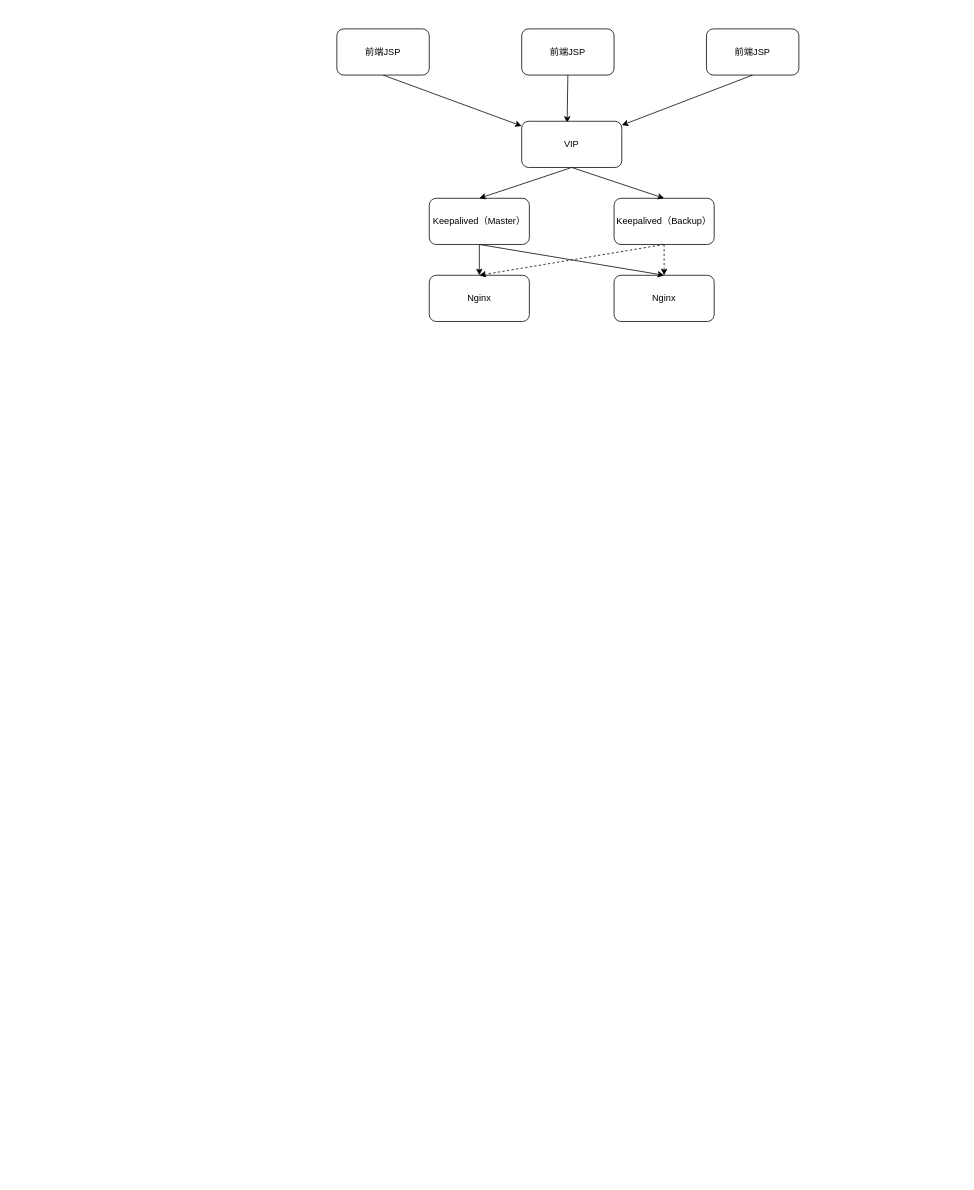
The draw.io diagram space/车票系统.drawio in lewinlee/draw.io, before the edit. Source tidied: cells renumbered, new cells numbered last; positions are measured from the earlier drawing's top-left corner, leaving out a move shared by most shapes. Both pictures are drawn from the tidied source at 77%, with x=0, y=0 at pixel (336, 28).
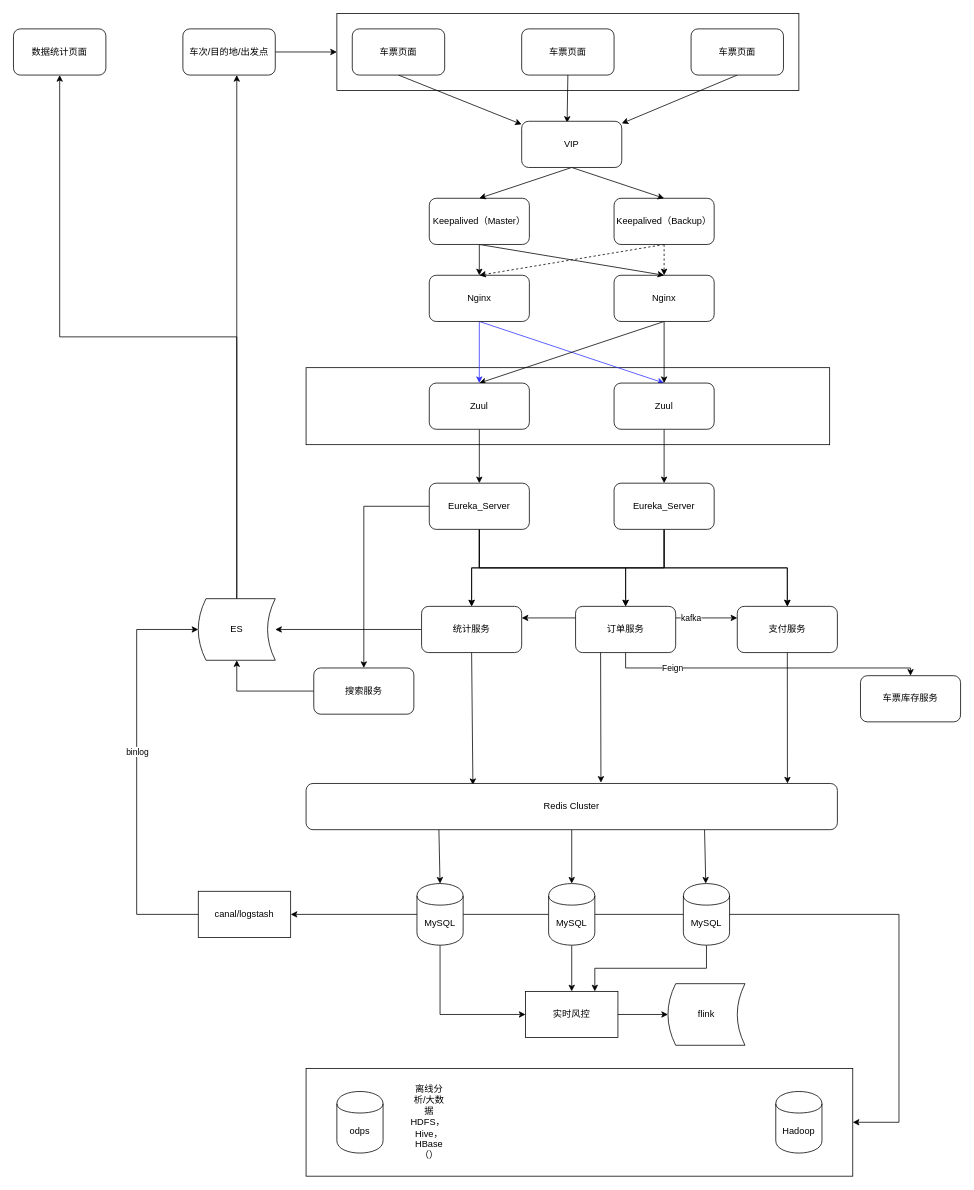
The same diagram, later.

Commit message (it also covers changes not shown here):
更新车票系统.drawio

The change refers to these unchanged cells:
```xml
<mxCell id="8" value="Nginx" style="rounded=1;whiteSpace=wrap;html=1;" parent="1" vertex="1">
  <mxGeometry x="120" y="320" width="130" height="60" as="geometry" />
</mxCell>
<mxCell id="9" value="Nginx" style="rounded=1;whiteSpace=wrap;html=1;" parent="1" vertex="1">
  <mxGeometry x="360" y="320" width="130" height="60" as="geometry" />
</mxCell>
```

Diff of the diagram source:
```diff
@@
+    <mxCell id="19" style="rounded=0;whiteSpace=wrap;html=1;" parent="1" vertex="1">
+      <mxGeometry y="-20" width="600" height="100" as="geometry" />
+    </mxCell>
+    <mxCell id="20" style="rounded=0;whiteSpace=wrap;html=1;" parent="1" vertex="1">
+      <mxGeometry x="-40" y="440" width="680" height="100" as="geometry" />
+    </mxCell>
@@
-    <mxCell id="3" value="前端JSP" style="rounded=1;whiteSpace=wrap;html=1;" parent="1" vertex="1">
-      <mxGeometry width="120" height="60" as="geometry" />
+    <mxCell id="3" value="车票页面" style="rounded=1;whiteSpace=wrap;html=1;" parent="1" vertex="1">
+      <mxGeometry x="20" width="120" height="60" as="geometry" />
     </mxCell>
@@
-    <mxCell id="5" value="前端JSP" style="rounded=1;whiteSpace=wrap;html=1;" parent="1" vertex="1">
+    <mxCell id="5" value="车票页面" style="rounded=1;whiteSpace=wrap;html=1;" parent="1" vertex="1">
       <mxGeometry x="240" width="120" height="60" as="geometry" />
     </mxCell>
@@
-    <mxCell id="7" value="前端JSP" style="rounded=1;whiteSpace=wrap;html=1;" parent="1" vertex="1">
-      <mxGeometry x="480" width="120" height="60" as="geometry" />
+    <mxCell id="7" value="车票页面" style="rounded=1;whiteSpace=wrap;html=1;" parent="1" vertex="1">
+      <mxGeometry x="460" width="120" height="60" as="geometry" />
     </mxCell>
+    <mxCell id="21" style="edgeStyle=none;rounded=0;jettySize=auto;html=1;exitX=0.5;exitY=1;exitDx=0;exitDy=0;entryX=0.5;entryY=0;entryDx=0;entryDy=0;strokeColor=#3333FF;" parent="1" edge="1" source="8" target="26">
+      <mxGeometry relative="1" as="geometry" />
+    </mxCell>
+    <mxCell id="22" style="edgeStyle=none;rounded=0;jettySize=auto;html=1;exitX=0.5;exitY=1;exitDx=0;exitDy=0;entryX=0.5;entryY=0;entryDx=0;entryDy=0;strokeColor=#3333FF;" parent="1" edge="1" source="8" target="28">
+      <mxGeometry relative="1" as="geometry" />
+    </mxCell>
@@
+    <mxCell id="23" style="edgeStyle=none;rounded=0;jettySize=auto;html=1;exitX=0.5;exitY=1;exitDx=0;exitDy=0;entryX=0.5;entryY=0;entryDx=0;entryDy=0;" parent="1" edge="1" source="9" target="26">
+      <mxGeometry relative="1" as="geometry" />
+    </mxCell>
+    <mxCell id="24" style="edgeStyle=none;rounded=0;jettySize=auto;html=1;exitX=0.5;exitY=1;exitDx=0;exitDy=0;entryX=0.5;entryY=0;entryDx=0;entryDy=0;" parent="1" edge="1" source="9" target="28">
+      <mxGeometry relative="1" as="geometry" />
+    </mxCell>
@@
+    <mxCell id="25" style="edgeStyle=none;rounded=0;jettySize=auto;html=1;exitX=0.5;exitY=1;exitDx=0;exitDy=0;entryX=0.5;entryY=0;entryDx=0;entryDy=0;strokeColor=#000000;" parent="1" edge="1" source="26" target="37">
+      <mxGeometry relative="1" as="geometry" />
+    </mxCell>
+    <mxCell id="26" value="Zuul" style="rounded=1;whiteSpace=wrap;html=1;" parent="1" vertex="1">
+      <mxGeometry x="360" y="460" width="130" height="60" as="geometry" />
+    </mxCell>
+    <mxCell id="27" style="edgeStyle=none;rounded=0;jettySize=auto;html=1;exitX=0.5;exitY=1;exitDx=0;exitDy=0;entryX=0.5;entryY=0;entryDx=0;entryDy=0;strokeColor=#000000;" parent="1" edge="1" source="28" target="33">
+      <mxGeometry relative="1" as="geometry" />
+    </mxCell>
+    <mxCell id="28" value="Zuul" style="rounded=1;whiteSpace=wrap;html=1;" parent="1" vertex="1">
+      <mxGeometry x="120" y="460" width="130" height="60" as="geometry" />
+    </mxCell>
+    <mxCell id="29" style="edgeStyle=orthogonalEdgeStyle;rounded=0;jettySize=auto;html=1;exitX=0.5;exitY=1;exitDx=0;exitDy=0;entryX=0.5;entryY=0;entryDx=0;entryDy=0;strokeColor=#000000;" parent="1" edge="1" source="33" target="50">
+      <mxGeometry relative="1" as="geometry" />
+    </mxCell>
+    <mxCell id="30" style="edgeStyle=orthogonalEdgeStyle;rounded=0;jettySize=auto;html=1;exitX=0.5;exitY=1;exitDx=0;exitDy=0;strokeColor=#000000;" parent="1" edge="1" source="33" target="44">
+      <mxGeometry relative="1" as="geometry" />
+    </mxCell>
+    <mxCell id="31" style="edgeStyle=orthogonalEdgeStyle;rounded=0;jettySize=auto;html=1;exitX=0.5;exitY=1;exitDx=0;exitDy=0;entryX=0.5;entryY=0;entryDx=0;entryDy=0;strokeColor=#000000;" parent="1" edge="1" source="33" target="47">
+      <mxGeometry relative="1" as="geometry" />
+    </mxCell>
+    <mxCell id="32" style="edgeStyle=orthogonalEdgeStyle;rounded=0;jettySize=auto;html=1;exitX=0;exitY=0.5;exitDx=0;exitDy=0;strokeColor=#000000;" parent="1" edge="1" source="33" target="69">
+      <mxGeometry relative="1" as="geometry" />
+    </mxCell>
+    <mxCell id="33" value="Eureka_Server" style="rounded=1;whiteSpace=wrap;html=1;" parent="1" vertex="1">
+      <mxGeometry x="120" y="590" width="130" height="60" as="geometry" />
+    </mxCell>
+    <mxCell id="34" style="edgeStyle=orthogonalEdgeStyle;rounded=0;jettySize=auto;html=1;exitX=0.5;exitY=1;exitDx=0;exitDy=0;entryX=0.5;entryY=0;entryDx=0;entryDy=0;strokeColor=#000000;" parent="1" edge="1" source="37" target="50">
+      <mxGeometry relative="1" as="geometry" />
+    </mxCell>
+    <mxCell id="35" style="edgeStyle=orthogonalEdgeStyle;rounded=0;jettySize=auto;html=1;exitX=0.5;exitY=1;exitDx=0;exitDy=0;entryX=0.5;entryY=0;entryDx=0;entryDy=0;strokeColor=#000000;" parent="1" edge="1" source="37" target="44">
+      <mxGeometry relative="1" as="geometry" />
+    </mxCell>
+    <mxCell id="36" style="edgeStyle=orthogonalEdgeStyle;rounded=0;jettySize=auto;html=1;exitX=0.5;exitY=1;exitDx=0;exitDy=0;entryX=0.5;entryY=0;entryDx=0;entryDy=0;strokeColor=#000000;" parent="1" edge="1" source="37" target="47">
+      <mxGeometry relative="1" as="geometry" />
+    </mxCell>
+    <mxCell id="37" value="Eureka_Server" style="rounded=1;whiteSpace=wrap;html=1;" parent="1" vertex="1">
+      <mxGeometry x="360" y="590" width="130" height="60" as="geometry" />
+    </mxCell>
+    <mxCell id="38" style="edgeStyle=none;rounded=0;jettySize=auto;html=1;exitX=1;exitY=0.25;exitDx=0;exitDy=0;entryX=0;entryY=0.25;entryDx=0;entryDy=0;strokeColor=#000000;" parent="1" edge="1" source="44" target="47">
+      <mxGeometry relative="1" as="geometry" />
+    </mxCell>
+    <mxCell id="39" value="kafka" style="edgeLabel;html=1;align=center;verticalAlign=middle;" parent="38" vertex="1">
+      <mxGeometry x="-0.53" y="1" relative="1" as="geometry" />
+    </mxCell>
+    <mxCell id="40" style="edgeStyle=orthogonalEdgeStyle;rounded=0;jettySize=auto;html=1;exitX=0.5;exitY=1;exitDx=0;exitDy=0;entryX=0.5;entryY=0;entryDx=0;entryDy=0;strokeColor=#000000;" parent="1" edge="1" source="44" target="45">
+      <mxGeometry relative="1" as="geometry">
+        <Array as="points">
+          <mxPoint x="375" y="830" />
+          <mxPoint x="745" y="830" />
+        </Array>
+      </mxGeometry>
+    </mxCell>
+    <mxCell id="41" value="Feign" style="edgeLabel;html=1;align=center;verticalAlign=middle;" parent="40" vertex="1">
+      <mxGeometry x="-0.6" y="1" relative="1" as="geometry" />
+    </mxCell>
+    <mxCell id="42" style="edgeStyle=none;rounded=0;jettySize=auto;html=1;exitX=0;exitY=0.25;exitDx=0;exitDy=0;entryX=1;entryY=0.25;entryDx=0;entryDy=0;strokeColor=#000000;" parent="1" edge="1" source="44" target="50">
+      <mxGeometry relative="1" as="geometry" />
+    </mxCell>
+    <mxCell id="43" style="rounded=0;jettySize=auto;html=1;exitX=0.25;exitY=1;exitDx=0;exitDy=0;strokeColor=#000000;entryX=0.555;entryY=-0.017;entryDx=0;entryDy=0;entryPerimeter=0;" parent="1" edge="1" source="44" target="57">
+      <mxGeometry relative="1" as="geometry" />
+    </mxCell>
+    <mxCell id="44" value="订单服务" style="rounded=1;whiteSpace=wrap;html=1;" parent="1" vertex="1">
+      <mxGeometry x="310" y="750" width="130" height="60" as="geometry" />
+    </mxCell>
+    <mxCell id="45" value="车票库存服务" style="rounded=1;whiteSpace=wrap;html=1;" parent="1" vertex="1">
+      <mxGeometry x="680" y="840" width="130" height="60" as="geometry" />
+    </mxCell>
+    <mxCell id="46" style="edgeStyle=none;rounded=0;jettySize=auto;html=1;exitX=0.5;exitY=1;exitDx=0;exitDy=0;entryX=0.906;entryY=0;entryDx=0;entryDy=0;entryPerimeter=0;strokeColor=#000000;" parent="1" edge="1" source="47" target="57">
+      <mxGeometry relative="1" as="geometry" />
+    </mxCell>
+    <mxCell id="47" value="支付服务" style="rounded=1;whiteSpace=wrap;html=1;" parent="1" vertex="1">
+      <mxGeometry x="520" y="750" width="130" height="60" as="geometry" />
+    </mxCell>
+    <mxCell id="48" style="edgeStyle=none;rounded=0;jettySize=auto;html=1;exitX=0;exitY=0.5;exitDx=0;exitDy=0;entryX=1;entryY=0.5;entryDx=0;entryDy=0;strokeColor=#000000;" parent="1" edge="1" source="50" target="53">
+      <mxGeometry relative="1" as="geometry" />
+    </mxCell>
+    <mxCell id="49" style="edgeStyle=none;rounded=0;jettySize=auto;html=1;exitX=0.5;exitY=1;exitDx=0;exitDy=0;entryX=0.314;entryY=0.033;entryDx=0;entryDy=0;entryPerimeter=0;strokeColor=#000000;" parent="1" edge="1" source="50" target="57">
+      <mxGeometry relative="1" as="geometry" />
+    </mxCell>
+    <mxCell id="50" value="统计服务" style="rounded=1;whiteSpace=wrap;html=1;" parent="1" vertex="1">
+      <mxGeometry x="110" y="750" width="130" height="60" as="geometry" />
+    </mxCell>
+    <mxCell id="51" style="edgeStyle=orthogonalEdgeStyle;rounded=0;jettySize=auto;html=1;exitX=0.5;exitY=0;exitDx=0;exitDy=0;startArrow=none;startFill=0;endArrow=classic;endFill=1;strokeColor=#000000;" parent="1" edge="1" source="53" target="74">
+      <mxGeometry relative="1" as="geometry">
+        <Array as="points">
+          <mxPoint x="-130" y="330" />
+          <mxPoint x="-130" y="330" />
+        </Array>
+      </mxGeometry>
+    </mxCell>
+    <mxCell id="52" style="edgeStyle=orthogonalEdgeStyle;rounded=0;jettySize=auto;html=1;exitX=0.5;exitY=0;exitDx=0;exitDy=0;entryX=0.5;entryY=1;entryDx=0;entryDy=0;startArrow=none;startFill=0;endArrow=classic;endFill=1;strokeColor=#000000;" parent="1" edge="1" source="53" target="75">
+      <mxGeometry relative="1" as="geometry" />
+    </mxCell>
+    <mxCell id="53" value="ES" style="shape=dataStorage;whiteSpace=wrap;html=1;" parent="1" vertex="1">
+      <mxGeometry x="-180" y="740" width="100" height="80" as="geometry" />
+    </mxCell>
+    <mxCell id="54" style="edgeStyle=none;rounded=0;jettySize=auto;html=1;exitX=0.25;exitY=1;exitDx=0;exitDy=0;entryX=0.5;entryY=0;entryDx=0;entryDy=0;strokeColor=#000000;" parent="1" edge="1" source="57" target="61">
+      <mxGeometry relative="1" as="geometry" />
+    </mxCell>
+    <mxCell id="55" style="edgeStyle=none;rounded=0;jettySize=auto;html=1;exitX=0.5;exitY=1;exitDx=0;exitDy=0;entryX=0.5;entryY=0;entryDx=0;entryDy=0;strokeColor=#000000;" parent="1" edge="1" source="57" target="64">
+      <mxGeometry relative="1" as="geometry" />
+    </mxCell>
+    <mxCell id="56" style="edgeStyle=none;rounded=0;jettySize=auto;html=1;exitX=0.75;exitY=1;exitDx=0;exitDy=0;strokeColor=#000000;" parent="1" edge="1" source="57" target="67">
+      <mxGeometry relative="1" as="geometry" />
+    </mxCell>
+    <mxCell id="57" value="Redis Cluster" style="rounded=1;whiteSpace=wrap;html=1;" parent="1" vertex="1">
+      <mxGeometry x="-40" y="980" width="690" height="60" as="geometry" />
+    </mxCell>
+    <mxCell id="58" style="edgeStyle=orthogonalEdgeStyle;rounded=0;jettySize=auto;html=1;exitX=1;exitY=0.5;exitDx=0;exitDy=0;strokeColor=#000000;endArrow=none;endFill=0;" parent="1" edge="1" source="61" target="64">
+      <mxGeometry relative="1" as="geometry" />
+    </mxCell>
+    <mxCell id="59" style="edgeStyle=orthogonalEdgeStyle;rounded=0;jettySize=auto;html=1;exitX=0;exitY=0.5;exitDx=0;exitDy=0;entryX=1;entryY=0.5;entryDx=0;entryDy=0;endArrow=classic;endFill=1;strokeColor=#000000;startArrow=none;startFill=0;" parent="1" edge="1" source="61" target="72">
+      <mxGeometry relative="1" as="geometry" />
+    </mxCell>
+    <mxCell id="60" style="edgeStyle=orthogonalEdgeStyle;rounded=0;jettySize=auto;html=1;exitX=0.5;exitY=1;exitDx=0;exitDy=0;entryX=0;entryY=0.5;entryDx=0;entryDy=0;startArrow=none;startFill=0;endArrow=classic;endFill=1;strokeColor=#000000;" parent="1" edge="1" source="61" target="77">
+      <mxGeometry relative="1" as="geometry" />
+    </mxCell>
+    <mxCell id="61" value="MySQL" style="shape=cylinder;whiteSpace=wrap;html=1;boundedLbl=1;backgroundOutline=1;" parent="1" vertex="1">
+      <mxGeometry x="104" y="1110" width="60" height="80" as="geometry" />
+    </mxCell>
+    <mxCell id="62" style="edgeStyle=orthogonalEdgeStyle;rounded=0;jettySize=auto;html=1;exitX=1;exitY=0.5;exitDx=0;exitDy=0;strokeColor=#000000;endArrow=none;endFill=0;" parent="1" edge="1" source="64" target="67">
+      <mxGeometry relative="1" as="geometry" />
+    </mxCell>
+    <mxCell id="63" style="edgeStyle=orthogonalEdgeStyle;rounded=0;jettySize=auto;html=1;exitX=0.5;exitY=1;exitDx=0;exitDy=0;startArrow=none;startFill=0;endArrow=classic;endFill=1;strokeColor=#000000;" parent="1" edge="1" source="64" target="77">
+      <mxGeometry relative="1" as="geometry" />
+    </mxCell>
+    <mxCell id="64" value="MySQL" style="shape=cylinder;whiteSpace=wrap;html=1;boundedLbl=1;backgroundOutline=1;" parent="1" vertex="1">
+      <mxGeometry x="275" y="1110" width="60" height="80" as="geometry" />
+    </mxCell>
+    <mxCell id="65" style="edgeStyle=orthogonalEdgeStyle;rounded=0;jettySize=auto;html=1;exitX=0.5;exitY=1;exitDx=0;exitDy=0;entryX=0.75;entryY=0;entryDx=0;entryDy=0;startArrow=none;startFill=0;endArrow=classic;endFill=1;strokeColor=#000000;" parent="1" edge="1" source="67" target="77">
+      <mxGeometry relative="1" as="geometry" />
+    </mxCell>
+    <mxCell id="66" style="edgeStyle=orthogonalEdgeStyle;rounded=0;jettySize=auto;html=1;exitX=1;exitY=0.5;exitDx=0;exitDy=0;entryX=1;entryY=0.5;entryDx=0;entryDy=0;startArrow=none;startFill=0;endArrow=classic;endFill=1;strokeColor=#000000;" parent="1" edge="1" source="67" target="79">
+      <mxGeometry relative="1" as="geometry">
+        <Array as="points">
+          <mxPoint x="730" y="1150" />
+          <mxPoint x="730" y="1420" />
+        </Array>
+      </mxGeometry>
+    </mxCell>
+    <mxCell id="67" value="MySQL" style="shape=cylinder;whiteSpace=wrap;html=1;boundedLbl=1;backgroundOutline=1;" parent="1" vertex="1">
+      <mxGeometry x="450" y="1110" width="60" height="80" as="geometry" />
+    </mxCell>
+    <mxCell id="68" style="edgeStyle=orthogonalEdgeStyle;rounded=0;jettySize=auto;html=1;exitX=0;exitY=0.5;exitDx=0;exitDy=0;entryX=0.5;entryY=1;entryDx=0;entryDy=0;strokeColor=#000000;" parent="1" edge="1" source="69" target="53">
+      <mxGeometry relative="1" as="geometry" />
+    </mxCell>
+    <mxCell id="69" value="搜索服务" style="rounded=1;whiteSpace=wrap;html=1;" parent="1" vertex="1">
+      <mxGeometry x="-30" y="830" width="130" height="60" as="geometry" />
+    </mxCell>
+    <mxCell id="70" style="edgeStyle=orthogonalEdgeStyle;rounded=0;jettySize=auto;html=1;exitX=0;exitY=0.5;exitDx=0;exitDy=0;entryX=0;entryY=0.5;entryDx=0;entryDy=0;startArrow=none;startFill=0;endArrow=classic;endFill=1;strokeColor=#000000;" parent="1" edge="1" source="72" target="53">
+      <mxGeometry relative="1" as="geometry">
+        <Array as="points">
+          <mxPoint x="-260" y="1150" />
+          <mxPoint x="-260" y="780" />
+        </Array>
+      </mxGeometry>
+    </mxCell>
+    <mxCell id="71" value="binlog" style="edgeLabel;html=1;align=center;verticalAlign=middle;" parent="70" vertex="1">
+      <mxGeometry x="0.1" relative="1" as="geometry" />
+    </mxCell>
+    <mxCell id="72" value="canal/logstash" style="rounded=0;whiteSpace=wrap;html=1;" parent="1" vertex="1">
+      <mxGeometry x="-180" y="1120" width="120" height="60" as="geometry" />
+    </mxCell>
+    <mxCell id="73" style="edgeStyle=orthogonalEdgeStyle;rounded=0;jettySize=auto;html=1;exitX=1;exitY=0.5;exitDx=0;exitDy=0;startArrow=none;startFill=0;endArrow=classic;endFill=1;strokeColor=#000000;" parent="1" edge="1" source="74" target="19">
+      <mxGeometry relative="1" as="geometry" />
+    </mxCell>
+    <mxCell id="74" value="车次/目的地/出发点" style="rounded=1;whiteSpace=wrap;html=1;" parent="1" vertex="1">
+      <mxGeometry x="-200" width="120" height="60" as="geometry" />
+    </mxCell>
+    <mxCell id="75" value="数据统计页面" style="rounded=1;whiteSpace=wrap;html=1;" parent="1" vertex="1">
+      <mxGeometry x="-420" width="120" height="60" as="geometry" />
+    </mxCell>
+    <mxCell id="76" style="edgeStyle=orthogonalEdgeStyle;rounded=0;jettySize=auto;html=1;exitX=1;exitY=0.5;exitDx=0;exitDy=0;startArrow=none;startFill=0;endArrow=classic;endFill=1;strokeColor=#000000;" parent="1" edge="1" source="77" target="78">
+      <mxGeometry relative="1" as="geometry" />
+    </mxCell>
+    <mxCell id="77" value="实时风控" style="rounded=0;whiteSpace=wrap;html=1;" parent="1" vertex="1">
+      <mxGeometry x="245" y="1250" width="120" height="60" as="geometry" />
+    </mxCell>
+    <mxCell id="78" value="flink" style="shape=dataStorage;whiteSpace=wrap;html=1;" parent="1" vertex="1">
+      <mxGeometry x="430" y="1240" width="100" height="80" as="geometry" />
+    </mxCell>
+    <mxCell id="79" style="rounded=0;whiteSpace=wrap;html=1;" parent="1" vertex="1">
+      <mxGeometry x="-40" y="1350" width="710" height="140" as="geometry" />
+    </mxCell>
+    <mxCell id="80" value="odps" style="shape=cylinder;whiteSpace=wrap;html=1;boundedLbl=1;backgroundOutline=1;" parent="1" vertex="1">
+      <mxGeometry y="1380" width="60" height="80" as="geometry" />
+    </mxCell>
+    <mxCell id="81" value="Hadoop" style="shape=cylinder;whiteSpace=wrap;html=1;boundedLbl=1;backgroundOutline=1;" parent="1" vertex="1">
+      <mxGeometry x="570" y="1380" width="60" height="80" as="geometry" />
+    </mxCell>
+    <mxCell id="82" value="离线分析/大数据HDFS，&amp;nbsp; Hive，HBase（）" style="text;html=1;strokeColor=none;fillColor=none;align=center;verticalAlign=middle;whiteSpace=wrap;rounded=0;" parent="1" vertex="1">
+      <mxGeometry x="100" y="1410" width="40" height="20" as="geometry" />
+    </mxCell>
```
